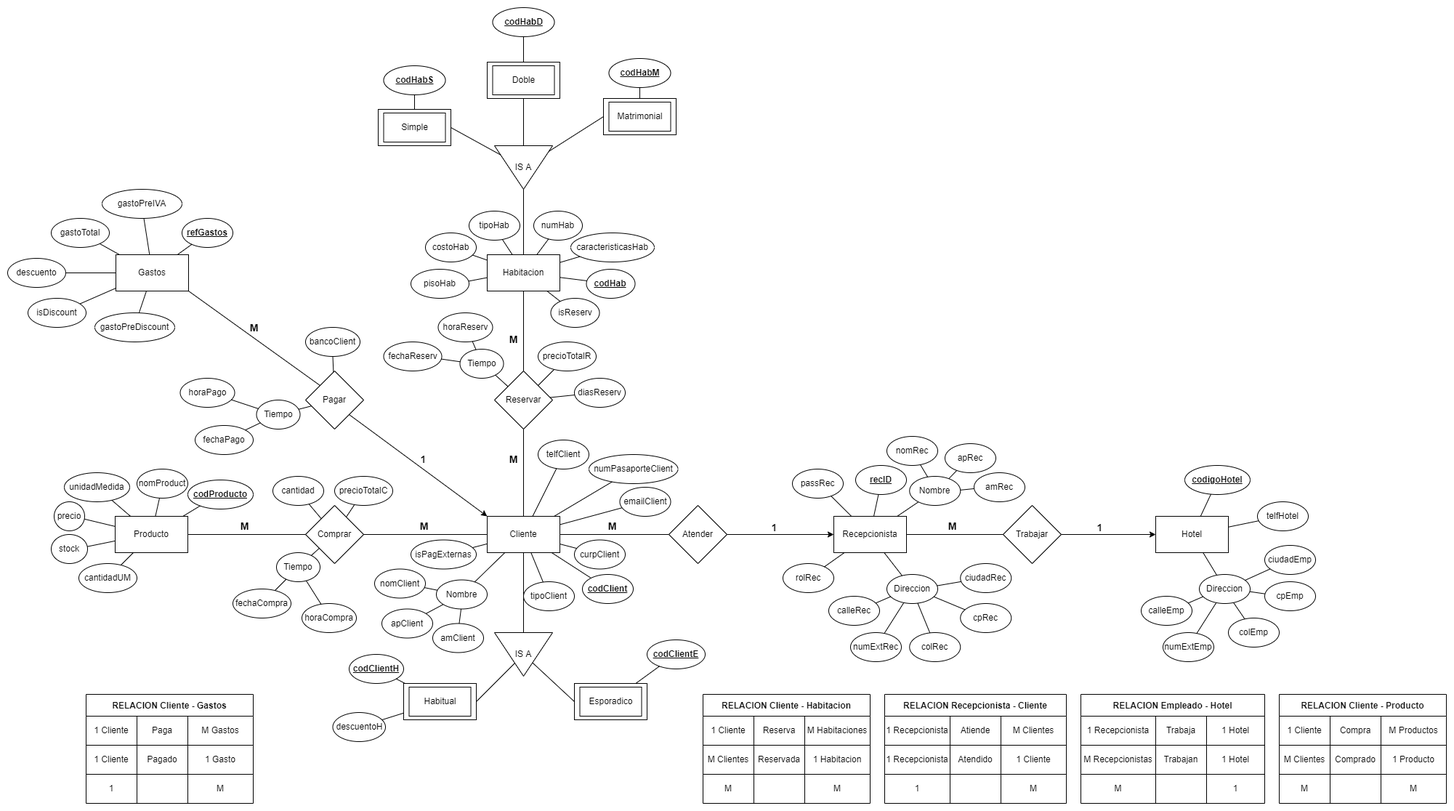
This is diagrams/db_Hotel.png from AngelDavidLA03/Reserva-Hotel, a draw.io export, as it was before one commit. Source tidied: cells renumbered, new cells last; positions are measured from the earlier drawing's top-left corner, leaving out a move shared by most shapes.
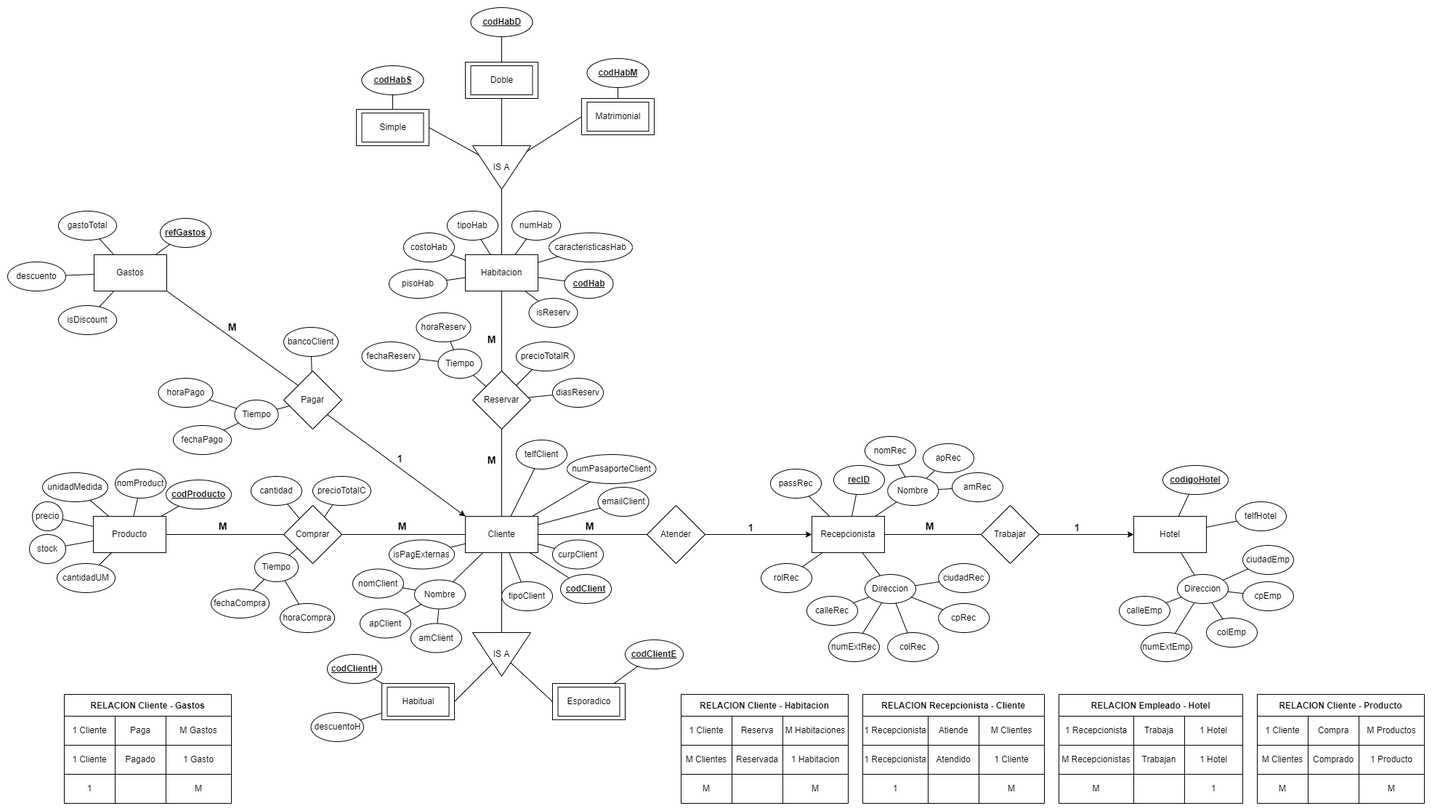
After the commit.

Diff of the diagram source:
```diff
@@ -761,7 +761,7 @@
       <mxGeometry relative="1" as="geometry" />
     </mxCell>
     <mxCell id="248" value="gastoTotal" style="ellipse;whiteSpace=wrap;html=1;fontStyle=0;" parent="1" vertex="1">
-      <mxGeometry x="60" y="290" width="80" height="40" as="geometry" />
+      <mxGeometry x="100" y="280" width="80" height="40" as="geometry" />
     </mxCell>
     <mxCell id="249" value="Tiempo" style="ellipse;whiteSpace=wrap;html=1;fontStyle=0;" parent="1" vertex="1">
       <mxGeometry x="342.5" y="540" width="60" height="40" as="geometry" />
@@ -779,10 +779,10 @@
       <mxGeometry relative="1" as="geometry" />
     </mxCell>
     <mxCell id="254" value="descuento" style="ellipse;whiteSpace=wrap;html=1;fontStyle=0;" parent="1" vertex="1">
-      <mxGeometry y="345" width="80" height="40" as="geometry" />
+      <mxGeometry x="30" y="350" width="80" height="40" as="geometry" />
     </mxCell>
     <mxCell id="255" value="isDiscount" style="ellipse;whiteSpace=wrap;html=1;fontStyle=0;" parent="1" vertex="1">
-      <mxGeometry x="28" y="400" width="80" height="40" as="geometry" />
+      <mxGeometry x="100" y="410" width="80" height="40" as="geometry" />
     </mxCell>
     <mxCell id="256" value="bancoClient" style="ellipse;whiteSpace=wrap;html=1;fontStyle=0;" parent="1" vertex="1">
       <mxGeometry x="410" y="440" width="75" height="40" as="geometry" />
@@ -802,17 +802,5 @@
     <mxCell id="261" style="endArrow=none;html=1;rounded=0;" parent="1" edge="1" source="255" target="228">
       <mxGeometry relative="1" as="geometry" />
     </mxCell>
-    <mxCell id="262" value="gastoPreDiscount" style="ellipse;whiteSpace=wrap;html=1;fontStyle=0;" parent="1" vertex="1">
-      <mxGeometry x="120" y="420" width="110" height="40" as="geometry" />
-    </mxCell>
-    <mxCell id="263" style="endArrow=none;html=1;rounded=0;" parent="1" edge="1" source="262" target="228">
-      <mxGeometry relative="1" as="geometry" />
-    </mxCell>
-    <mxCell id="264" value="gastoPreIVA" style="ellipse;whiteSpace=wrap;html=1;fontStyle=0;" parent="1" vertex="1">
-      <mxGeometry x="130" y="250" width="110" height="40" as="geometry" />
-    </mxCell>
-    <mxCell id="265" style="endArrow=none;html=1;rounded=0;" parent="1" edge="1" source="264" target="228">
-      <mxGeometry relative="1" as="geometry" />
-    </mxCell>
   </root>
 </mxGraphModel>
```
